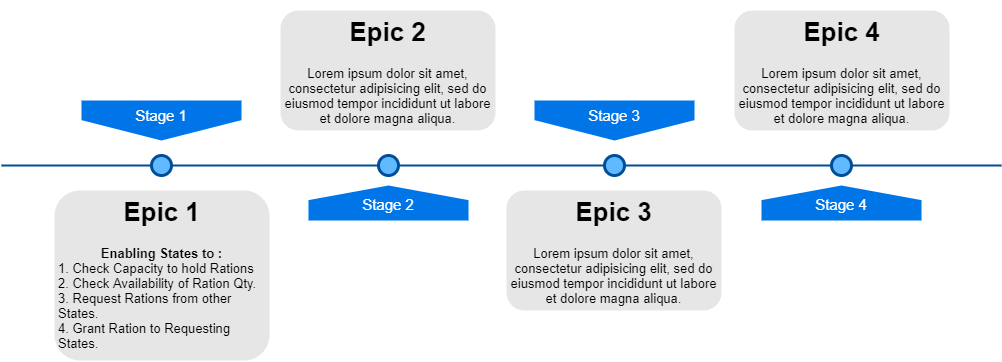
gswain3316/pdsmanagement keeps this draw.io diagram as ProductRoadMap.png. Above is the earlier version. Source tidied: cells renumbered, new cells last; positions are measured from the earlier drawing's top-left corner, leaving out a move shared by most shapes. Its diagram source:
```xml
<mxGraphModel>
  <root>
    <mxCell id="0" />
    <mxCell id="1" parent="0" />
    <mxCell id="2" style="line;strokeWidth=2;html=1;fillColor=none;fontSize=28;fontColor=#004D99;strokeColor=#004D99;" parent="1" vertex="1">
      <mxGeometry y="150" width="1000" height="10" as="geometry" />
    </mxCell>
    <mxCell id="3" value="Stage 1" style="shape=offPageConnector;whiteSpace=wrap;html=1;fillColor=#0075E8;fontSize=15;fontColor=#FFFFFF;size=0.5093750000000015;verticalAlign=top;strokeColor=none;" parent="1" vertex="1">
      <mxGeometry x="80" y="90" width="160" height="40" as="geometry" />
    </mxCell>
    <mxCell id="4" value="&lt;span&gt;Stage 3&lt;/span&gt;" style="shape=offPageConnector;whiteSpace=wrap;html=1;fillColor=#0075E8;fontSize=15;fontColor=#FFFFFF;size=0.5093750000000015;verticalAlign=top;strokeColor=none;" parent="1" vertex="1">
      <mxGeometry x="533" y="90" width="160" height="40" as="geometry" />
    </mxCell>
    <mxCell id="5" value="&lt;span&gt;Stage 2&lt;/span&gt;" style="shape=offPageConnector;whiteSpace=wrap;html=1;fillColor=#0075E8;fontSize=15;fontColor=#FFFFFF;size=0.4178571428571445;flipV=1;verticalAlign=bottom;strokeColor=none;spacingBottom=4;" parent="1" vertex="1">
      <mxGeometry x="307" y="175" width="160" height="35" as="geometry" />
    </mxCell>
    <mxCell id="6" value="&lt;span&gt;Stage 4&lt;/span&gt;" style="shape=offPageConnector;whiteSpace=wrap;html=1;fillColor=#0075E8;fontSize=15;fontColor=#FFFFFF;size=0.4178571428571445;flipV=1;verticalAlign=bottom;strokeColor=none;spacingBottom=4;" parent="1" vertex="1">
      <mxGeometry x="760" y="175" width="160" height="35" as="geometry" />
    </mxCell>
    <mxCell id="7" style="ellipse;whiteSpace=wrap;html=1;fillColor=#61BAFF;fontSize=28;fontColor=#004D99;strokeWidth=3;strokeColor=#004D99;" parent="1" vertex="1">
      <mxGeometry x="150" y="145" width="20" height="20" as="geometry" />
    </mxCell>
    <mxCell id="8" style="ellipse;whiteSpace=wrap;html=1;fillColor=#61BAFF;fontSize=28;fontColor=#004D99;strokeWidth=3;strokeColor=#004D99;" parent="1" vertex="1">
      <mxGeometry x="377" y="145" width="20" height="20" as="geometry" />
    </mxCell>
    <mxCell id="9" style="ellipse;whiteSpace=wrap;html=1;fillColor=#61BAFF;fontSize=28;fontColor=#004D99;strokeWidth=3;strokeColor=#004D99;" parent="1" vertex="1">
      <mxGeometry x="603" y="145" width="20" height="20" as="geometry" />
    </mxCell>
    <mxCell id="10" style="ellipse;whiteSpace=wrap;html=1;fillColor=#61BAFF;fontSize=28;fontColor=#004D99;strokeWidth=3;strokeColor=#004D99;" parent="1" vertex="1">
      <mxGeometry x="830" y="145" width="20" height="20" as="geometry" />
    </mxCell>
    <mxCell id="11" value="&lt;h1&gt;Epic 1&lt;/h1&gt;&lt;div&gt;&lt;b&gt;Enabling States to :&lt;/b&gt;&lt;/div&gt;&lt;div style=&quot;text-align: left&quot;&gt;1. Check Capacity to hold Rations&lt;/div&gt;&lt;div style=&quot;text-align: left&quot;&gt;2. Check Availability of Ration Qty.&lt;/div&gt;&lt;div style=&quot;text-align: left&quot;&gt;3. Request Rations from other States.&lt;/div&gt;&lt;div style=&quot;text-align: left&quot;&gt;4. Grant Ration to Requesting States.&lt;/div&gt;" style="text;html=1;spacing=5;spacingTop=-20;whiteSpace=wrap;overflow=hidden;strokeColor=none;strokeWidth=3;fillColor=#E6E6E6;fontSize=13;fontColor=#000000;align=center;rounded=1;" parent="1" vertex="1">
      <mxGeometry x="53" y="180" width="215" height="170" as="geometry" />
    </mxCell>
    <mxCell id="12" value="&lt;h1&gt;Epic 2&lt;/h1&gt;&lt;p&gt;Lorem ipsum dolor sit amet, consectetur adipisicing elit, sed do eiusmod tempor incididunt ut labore et dolore magna aliqua.&lt;/p&gt;" style="text;html=1;spacing=5;spacingTop=-20;whiteSpace=wrap;overflow=hidden;strokeColor=none;strokeWidth=3;fillColor=#E6E6E6;fontSize=13;fontColor=#000000;align=center;rounded=1;" parent="1" vertex="1">
      <mxGeometry x="279" width="215" height="120" as="geometry" />
    </mxCell>
    <mxCell id="13" value="&lt;h1&gt;Epic 3&lt;/h1&gt;&lt;p&gt;Lorem ipsum dolor sit amet, consectetur adipisicing elit, sed do eiusmod tempor incididunt ut labore et dolore magna aliqua.&lt;/p&gt;" style="text;html=1;spacing=5;spacingTop=-20;whiteSpace=wrap;overflow=hidden;strokeColor=none;strokeWidth=3;fillColor=#E6E6E6;fontSize=13;fontColor=#000000;align=center;rounded=1;" parent="1" vertex="1">
      <mxGeometry x="505" y="180" width="215" height="120" as="geometry" />
    </mxCell>
    <mxCell id="14" value="&lt;h1&gt;Epic 4&lt;/h1&gt;&lt;p&gt;Lorem ipsum dolor sit amet, consectetur adipisicing elit, sed do eiusmod tempor incididunt ut labore et dolore magna aliqua.&lt;/p&gt;" style="text;html=1;spacing=5;spacingTop=-20;whiteSpace=wrap;overflow=hidden;strokeColor=none;strokeWidth=3;fillColor=#E6E6E6;fontSize=13;fontColor=#000000;align=center;rounded=1;" parent="1" vertex="1">
      <mxGeometry x="733" width="215" height="120" as="geometry" />
    </mxCell>
  </root>
</mxGraphModel>
```
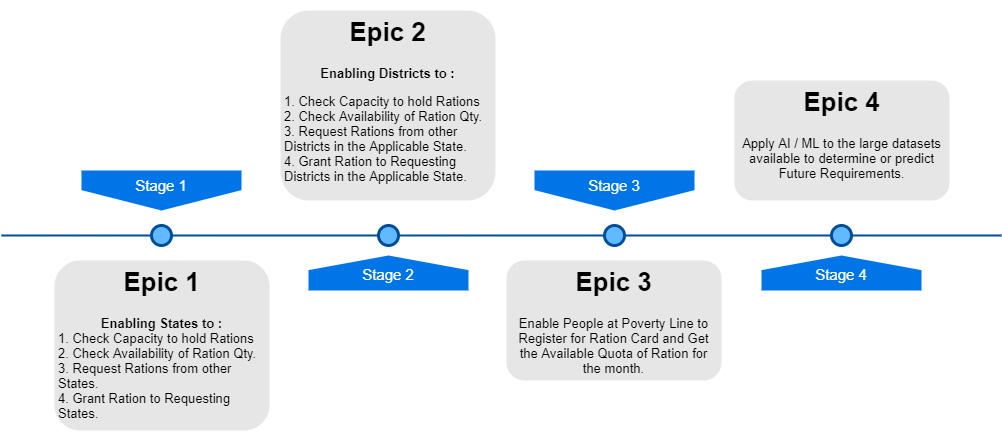
After the change.

Commit message:
Update ProductRoadMap_Ver1

The edit, as a diff of the source:
```diff
@@ -32,13 +32,13 @@
     <mxCell id="11" value="&lt;h1&gt;Epic 1&lt;/h1&gt;&lt;div&gt;&lt;b&gt;Enabling States to :&lt;/b&gt;&lt;/div&gt;&lt;div style=&quot;text-align: left&quot;&gt;1. Check Capacity to hold Rations&lt;/div&gt;&lt;div style=&quot;text-align: left&quot;&gt;2. Check Availability of Ration Qty.&lt;/div&gt;&lt;div style=&quot;text-align: left&quot;&gt;3. Request Rations from other States.&lt;/div&gt;&lt;div style=&quot;text-align: left&quot;&gt;4. Grant Ration to Requesting States.&lt;/div&gt;" style="text;html=1;spacing=5;spacingTop=-20;whiteSpace=wrap;overflow=hidden;strokeColor=none;strokeWidth=3;fillColor=#E6E6E6;fontSize=13;fontColor=#000000;align=center;rounded=1;" parent="1" vertex="1">
       <mxGeometry x="53" y="180" width="215" height="170" as="geometry" />
     </mxCell>
-    <mxCell id="12" value="&lt;h1&gt;Epic 2&lt;/h1&gt;&lt;p&gt;Lorem ipsum dolor sit amet, consectetur adipisicing elit, sed do eiusmod tempor incididunt ut labore et dolore magna aliqua.&lt;/p&gt;" style="text;html=1;spacing=5;spacingTop=-20;whiteSpace=wrap;overflow=hidden;strokeColor=none;strokeWidth=3;fillColor=#E6E6E6;fontSize=13;fontColor=#000000;align=center;rounded=1;" parent="1" vertex="1">
-      <mxGeometry x="279" width="215" height="120" as="geometry" />
+    <mxCell id="12" value="&lt;h1&gt;Epic 2&lt;/h1&gt;&lt;p&gt;&lt;b&gt;Enabling Districts to :&lt;/b&gt;&lt;/p&gt;&lt;div style=&quot;text-align: left&quot;&gt;1. Check Capacity to hold Rations&lt;/div&gt;&lt;div style=&quot;text-align: left&quot;&gt;2. Check Availability of Ration Qty.&lt;/div&gt;&lt;div style=&quot;text-align: left&quot;&gt;3. Request Rations from other Districts in the Applicable State.&lt;/div&gt;&lt;div style=&quot;text-align: left&quot;&gt;4. Grant Ration to Requesting Districts in the Applicable State.&lt;/div&gt;" style="text;html=1;spacing=5;spacingTop=-20;whiteSpace=wrap;overflow=hidden;strokeColor=none;strokeWidth=3;fillColor=#E6E6E6;fontSize=13;fontColor=#000000;align=center;rounded=1;" parent="1" vertex="1">
+      <mxGeometry x="279" y="-70" width="215" height="190" as="geometry" />
     </mxCell>
-    <mxCell id="13" value="&lt;h1&gt;Epic 3&lt;/h1&gt;&lt;p&gt;Lorem ipsum dolor sit amet, consectetur adipisicing elit, sed do eiusmod tempor incididunt ut labore et dolore magna aliqua.&lt;/p&gt;" style="text;html=1;spacing=5;spacingTop=-20;whiteSpace=wrap;overflow=hidden;strokeColor=none;strokeWidth=3;fillColor=#E6E6E6;fontSize=13;fontColor=#000000;align=center;rounded=1;" parent="1" vertex="1">
+    <mxCell id="13" value="&lt;h1&gt;Epic 3&lt;/h1&gt;&lt;p&gt;Enable People at Poverty Line to Register for Ration Card and Get the Available Quota of Ration for the month.&lt;/p&gt;" style="text;html=1;spacing=5;spacingTop=-20;whiteSpace=wrap;overflow=hidden;strokeColor=none;strokeWidth=3;fillColor=#E6E6E6;fontSize=13;fontColor=#000000;align=center;rounded=1;" parent="1" vertex="1">
       <mxGeometry x="505" y="180" width="215" height="120" as="geometry" />
     </mxCell>
-    <mxCell id="14" value="&lt;h1&gt;Epic 4&lt;/h1&gt;&lt;p&gt;Lorem ipsum dolor sit amet, consectetur adipisicing elit, sed do eiusmod tempor incididunt ut labore et dolore magna aliqua.&lt;/p&gt;" style="text;html=1;spacing=5;spacingTop=-20;whiteSpace=wrap;overflow=hidden;strokeColor=none;strokeWidth=3;fillColor=#E6E6E6;fontSize=13;fontColor=#000000;align=center;rounded=1;" parent="1" vertex="1">
+    <mxCell id="14" value="&lt;h1&gt;Epic 4&lt;/h1&gt;&lt;div&gt;Apply AI / ML to the large datasets available to determine or predict Future Requirements.&lt;/div&gt;" style="text;html=1;spacing=5;spacingTop=-20;whiteSpace=wrap;overflow=hidden;strokeColor=none;strokeWidth=3;fillColor=#E6E6E6;fontSize=13;fontColor=#000000;align=center;rounded=1;" parent="1" vertex="1">
       <mxGeometry x="733" width="215" height="120" as="geometry" />
     </mxCell>
   </root>
```
